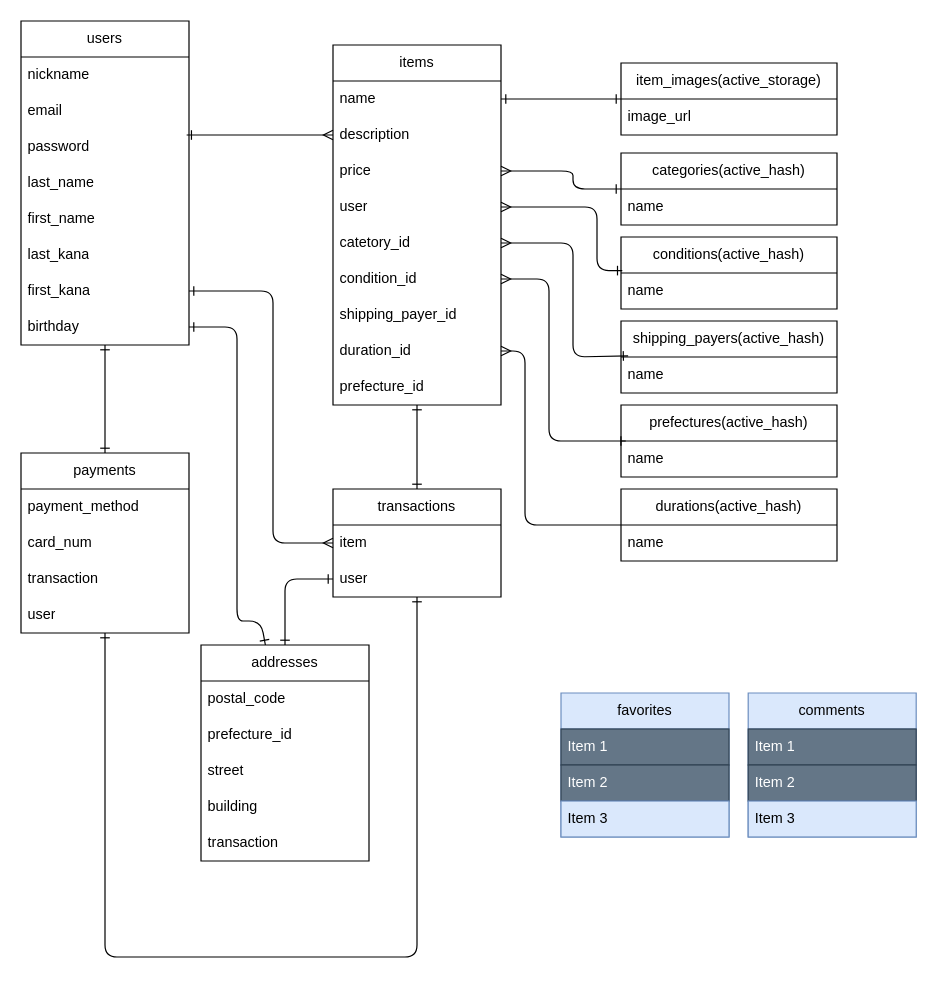
This is table.dio from kengineer923/furima-42539, a draw.io file, before an edit. Source tidied: cells renumbered, new cells numbered last; positions are measured from the earlier drawing's top-left corner, leaving out a move shared by most shapes. Both pictures are drawn from the tidied source at 120%, with x=0, y=0 at pixel (20, 20).
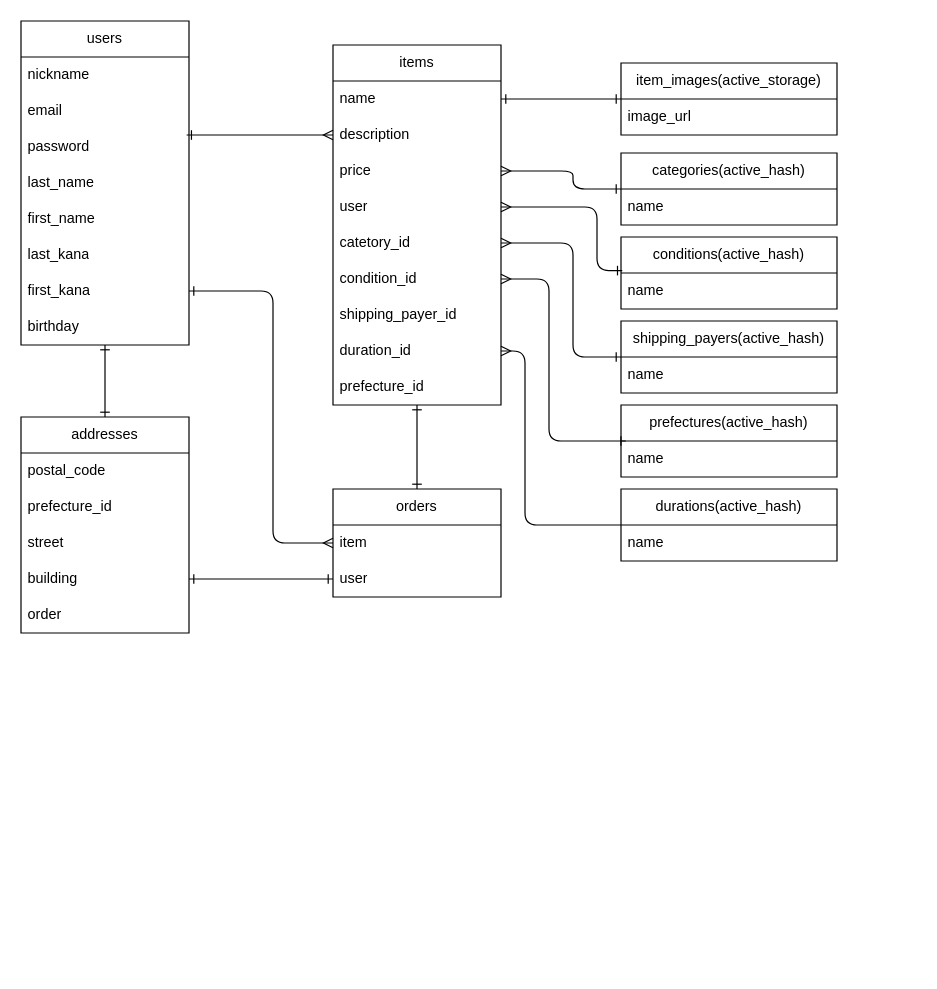
The same page after the edit.

Commit message (it also covers changes not shown here):
データベース設計修正2

Unchanged cells that the change refers to:
```xml
<mxCell id="10" value="birthday" style="text;strokeColor=none;fillColor=none;align=left;verticalAlign=middle;spacingLeft=4;spacingRight=4;overflow=hidden;points=[[0,0.5],[1,0.5]];portConstraint=eastwest;whiteSpace=wrap;html=1;" parent="2" vertex="1">
  <mxGeometry y="240" width="140" height="30" as="geometry" />
</mxCell>
<mxCell id="16" value="catetory_id" style="text;strokeColor=none;fillColor=none;align=left;verticalAlign=middle;spacingLeft=4;spacingRight=4;overflow=hidden;points=[[0,0.5],[1,0.5]];portConstraint=eastwest;whiteSpace=wrap;html=1;" parent="11" vertex="1">
  <mxGeometry y="150" width="140" height="30" as="geometry" />
</mxCell>
<mxCell id="23" value="user" style="text;strokeColor=none;fillColor=none;align=left;verticalAlign=middle;spacingLeft=4;spacingRight=4;overflow=hidden;points=[[0,0.5],[1,0.5]];portConstraint=eastwest;whiteSpace=wrap;html=1;" parent="21" vertex="1">
  <mxGeometry y="60" width="140" height="30" as="geometry" />
</mxCell>
<mxCell id="52" value="building" style="text;strokeColor=none;fillColor=none;align=left;verticalAlign=middle;spacingLeft=4;spacingRight=4;overflow=hidden;points=[[0,0.5],[1,0.5]];portConstraint=eastwest;whiteSpace=wrap;html=1;" parent="48" vertex="1">
  <mxGeometry y="120" width="140" height="30" as="geometry" />
</mxCell>
<mxCell id="56" value="shipping_payers(active_hash)" style="swimlane;fontStyle=0;horizontal=1;startSize=30;whiteSpace=wrap;html=1;" parent="1" vertex="1">
  <mxGeometry x="500" y="250" width="180" height="60" as="geometry" />
</mxCell>
<mxCell id="57" value="name" style="text;strokeColor=none;fillColor=none;align=left;verticalAlign=middle;spacingLeft=4;spacingRight=4;overflow=hidden;points=[[0,0.5],[1,0.5]];portConstraint=eastwest;whiteSpace=wrap;html=1;" parent="56" vertex="1">
  <mxGeometry y="30" width="180" height="30" as="geometry" />
</mxCell>
```

The edit, as a diff of the source:
```diff
@@
-    <mxCell id="21" value="transactions" style="swimlane;fontStyle=0;horizontal=1;startSize=30;whiteSpace=wrap;html=1;" parent="1" vertex="1">
+    <mxCell id="21" value="orders" style="swimlane;fontStyle=0;horizontal=1;startSize=30;whiteSpace=wrap;html=1;" parent="1" vertex="1">
       <mxGeometry x="260" y="390" width="140" height="90" as="geometry" />
     </mxCell>
@@
-    <mxCell id="29" style="edgeStyle=none;html=1;endArrow=ERone;endFill=0;startArrow=ERone;startFill=0;" parent="1" edge="1" source="34" target="23">
-      <mxGeometry relative="1" as="geometry">
-        <Array as="points">
-          <mxPoint x="70" y="780" />
-          <mxPoint x="330" y="780" />
-        </Array>
-      </mxGeometry>
-    </mxCell>
-    <mxCell id="30" value="payments" style="swimlane;fontStyle=0;horizontal=1;startSize=30;whiteSpace=wrap;html=1;" parent="1" vertex="1">
-      <mxGeometry y="360" width="140" height="150" as="geometry" />
-    </mxCell>
-    <mxCell id="31" value="payment_method" style="text;strokeColor=none;fillColor=none;align=left;verticalAlign=middle;spacingLeft=4;spacingRight=4;overflow=hidden;whiteSpace=wrap;html=1;" parent="30" vertex="1">
-      <mxGeometry y="30" width="140" height="30" as="geometry" />
-    </mxCell>
-    <mxCell id="32" value="card_num" style="text;strokeColor=none;fillColor=none;align=left;verticalAlign=middle;spacingLeft=4;spacingRight=4;overflow=hidden;whiteSpace=wrap;html=1;" parent="30" vertex="1">
-      <mxGeometry y="60" width="140" height="30" as="geometry" />
-    </mxCell>
-    <mxCell id="33" value="transaction" style="text;strokeColor=none;fillColor=none;align=left;verticalAlign=middle;spacingLeft=4;spacingRight=4;overflow=hidden;whiteSpace=wrap;html=1;" parent="30" vertex="1">
-      <mxGeometry y="90" width="140" height="30" as="geometry" />
-    </mxCell>
-    <mxCell id="34" value="user" style="text;strokeColor=none;fillColor=none;align=left;verticalAlign=middle;spacingLeft=4;spacingRight=4;overflow=hidden;points=[[0,0.5],[1,0.5]];portConstraint=eastwest;whiteSpace=wrap;html=1;" parent="30" vertex="1">
-      <mxGeometry y="120" width="140" height="30" as="geometry" />
-    </mxCell>
-    <mxCell id="35" value="comments" style="swimlane;fontStyle=0;horizontal=1;startSize=30;whiteSpace=wrap;html=1;fillColor=#dae8fc;strokeColor=#6c8ebf;" parent="1" vertex="1">
-      <mxGeometry x="606" y="560" width="140" height="120" as="geometry" />
-    </mxCell>
-    <mxCell id="36" value="Item 1" style="text;strokeColor=#314354;fillColor=#647687;align=left;verticalAlign=middle;spacingLeft=4;spacingRight=4;overflow=hidden;whiteSpace=wrap;html=1;fontColor=#ffffff;" parent="35" vertex="1">
-      <mxGeometry y="30" width="140" height="30" as="geometry" />
-    </mxCell>
-    <mxCell id="37" value="Item 2" style="text;strokeColor=#314354;fillColor=#647687;align=left;verticalAlign=middle;spacingLeft=4;spacingRight=4;overflow=hidden;whiteSpace=wrap;html=1;fontColor=#ffffff;" parent="35" vertex="1">
-      <mxGeometry y="60" width="140" height="30" as="geometry" />
-    </mxCell>
-    <mxCell id="38" value="Item 3" style="text;strokeColor=#6c8ebf;fillColor=#dae8fc;align=left;verticalAlign=middle;spacingLeft=4;spacingRight=4;overflow=hidden;whiteSpace=wrap;html=1;" parent="35" vertex="1">
-      <mxGeometry y="90" width="140" height="30" as="geometry" />
-    </mxCell>
@@
-    <mxCell id="43" value="favorites" style="swimlane;fontStyle=0;horizontal=1;startSize=30;whiteSpace=wrap;html=1;fillColor=#dae8fc;strokeColor=#6c8ebf;" parent="1" vertex="1">
-      <mxGeometry x="450" y="560" width="140" height="120" as="geometry" />
-    </mxCell>
-    <mxCell id="44" value="Item 1" style="text;strokeColor=#314354;fillColor=#647687;align=left;verticalAlign=middle;spacingLeft=4;spacingRight=4;overflow=hidden;whiteSpace=wrap;html=1;fontColor=#ffffff;" parent="43" vertex="1">
-      <mxGeometry y="30" width="140" height="30" as="geometry" />
-    </mxCell>
-    <mxCell id="45" value="Item 2" style="text;strokeColor=#314354;fillColor=#647687;align=left;verticalAlign=middle;spacingLeft=4;spacingRight=4;overflow=hidden;whiteSpace=wrap;html=1;fontColor=#ffffff;" parent="43" vertex="1">
-      <mxGeometry y="60" width="140" height="30" as="geometry" />
-    </mxCell>
-    <mxCell id="46" value="Item 3" style="text;strokeColor=#6c8ebf;fillColor=#dae8fc;align=left;verticalAlign=middle;spacingLeft=4;spacingRight=4;overflow=hidden;whiteSpace=wrap;html=1;" parent="43" vertex="1">
-      <mxGeometry y="90" width="140" height="30" as="geometry" />
-    </mxCell>
-    <mxCell id="47" style="edgeStyle=none;html=1;startArrow=ERone;startFill=0;endArrow=ERone;endFill=0;" parent="1" edge="1" source="48" target="10">
-      <mxGeometry relative="1" as="geometry">
-        <Array as="points">
-          <mxPoint x="200" y="500" />
-          <mxPoint x="180" y="500" />
-          <mxPoint x="180" y="255" />
-        </Array>
-      </mxGeometry>
-    </mxCell>
     <mxCell id="48" value="addresses" style="swimlane;fontStyle=0;horizontal=1;startSize=30;whiteSpace=wrap;html=1;" parent="1" vertex="1">
-      <mxGeometry x="150" y="520" width="140" height="180" as="geometry" />
+      <mxGeometry y="330" width="140" height="180" as="geometry" />
     </mxCell>
@@
-    <mxCell id="53" value="transaction" style="text;strokeColor=none;fillColor=none;align=left;verticalAlign=middle;spacingLeft=4;spacingRight=4;overflow=hidden;whiteSpace=wrap;html=1;" parent="48" vertex="1">
+    <mxCell id="53" value="order" style="text;strokeColor=none;fillColor=none;align=left;verticalAlign=middle;spacingLeft=4;spacingRight=4;overflow=hidden;whiteSpace=wrap;html=1;" parent="48" vertex="1">
       <mxGeometry y="150" width="140" height="30" as="geometry" />
     </mxCell>
@@
-    <mxCell id="60" style="edgeStyle=none;html=1;entryX=1;entryY=0.5;entryDx=0;entryDy=0;endArrow=ERmany;endFill=0;exitX=0.033;exitY=-0.033;exitDx=0;exitDy=0;startArrow=ERone;startFill=0;exitPerimeter=0;" parent="1" edge="1" source="57" target="16">
+    <mxCell id="60" style="edgeStyle=none;html=1;entryX=1;entryY=0.5;entryDx=0;entryDy=0;endArrow=ERmany;endFill=0;startArrow=ERone;startFill=0;" parent="1" edge="1" source="56" target="16">
       <mxGeometry relative="1" as="geometry">
         <Array as="points">
           <mxPoint x="460" y="280" />
           <mxPoint x="460" y="185" />
         </Array>
       </mxGeometry>
     </mxCell>
@@
-    <mxCell id="63" style="edgeStyle=none;html=1;endArrow=ERone;endFill=0;startArrow=ERone;startFill=0;" parent="1" edge="1" source="48" target="23">
+    <mxCell id="63" style="edgeStyle=none;html=1;endArrow=ERone;endFill=0;startArrow=ERone;startFill=0;" parent="1" edge="1" source="52" target="23">
       <mxGeometry relative="1" as="geometry">
         <Array as="points">
           <mxPoint x="220" y="465" />
         </Array>
       </mxGeometry>
     </mxCell>
-    <mxCell id="64" style="edgeStyle=none;html=1;endArrow=ERone;endFill=0;startArrow=ERone;startFill=0;" parent="1" edge="1" source="30" target="10">
+    <mxCell id="64" style="edgeStyle=none;html=1;endArrow=ERone;endFill=0;startArrow=ERone;startFill=0;" parent="1" edge="1" source="48" target="10">
       <mxGeometry relative="1" as="geometry" />
     </mxCell>
```
